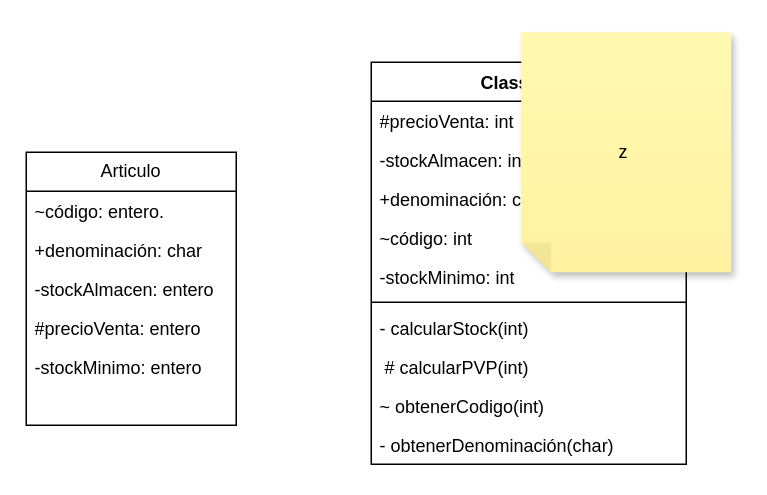
Earlier version of the draw.io diagram EntornosDiagrama.drawio (Mario-Cajas/EntornosDraw.IO). Source tidied: cells renumbered, new cells numbered last; positions are measured from the earlier drawing's top-left corner, leaving out a move shared by most shapes. Both pictures are drawn from the tidied source at 150%, with x=0, y=0 at pixel (26, 32).
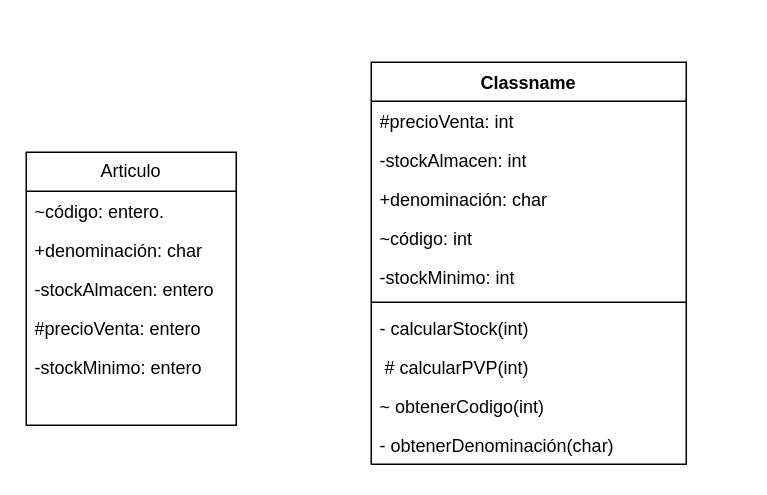
The same diagram, later.

Change to the diagram source:
```diff
@@
-    <mxCell id="20" value="z&amp;nbsp;" style="shape=note;whiteSpace=wrap;html=1;backgroundOutline=1;fontColor=#000000;darkOpacity=0.05;fillColor=#FFF9B2;strokeColor=none;fillStyle=solid;direction=west;gradientDirection=north;gradientColor=#FFF2A1;shadow=1;size=20;" parent="1" vertex="1">
-      <mxGeometry x="330" width="140" height="160" as="geometry" />
-    </mxCell>
```
